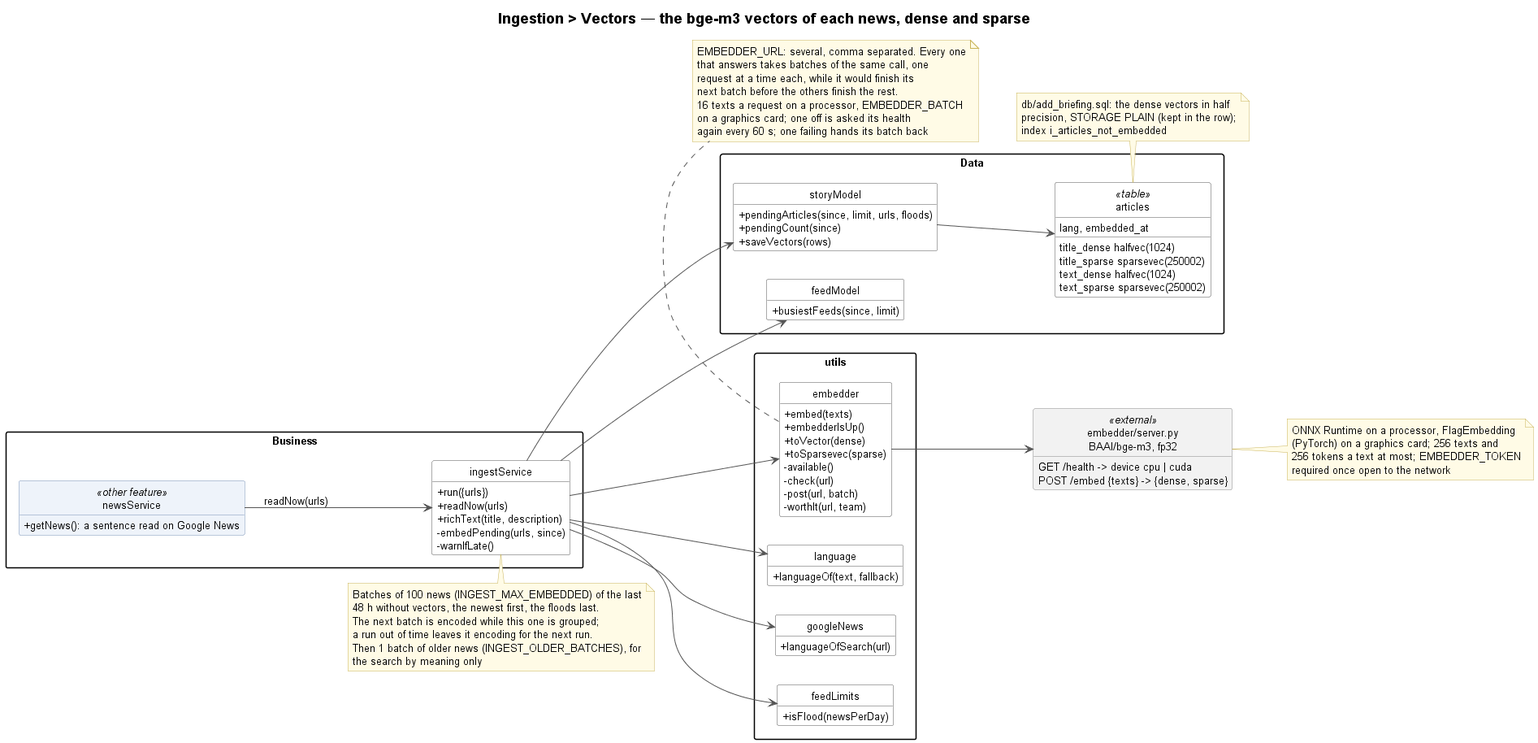
Before: docs/ingestion/vectors/ingestion-vectors-class.png, a diagram exported from PlantUML (TPI2026-NewsGenerator/NewsGenerator-Backend).
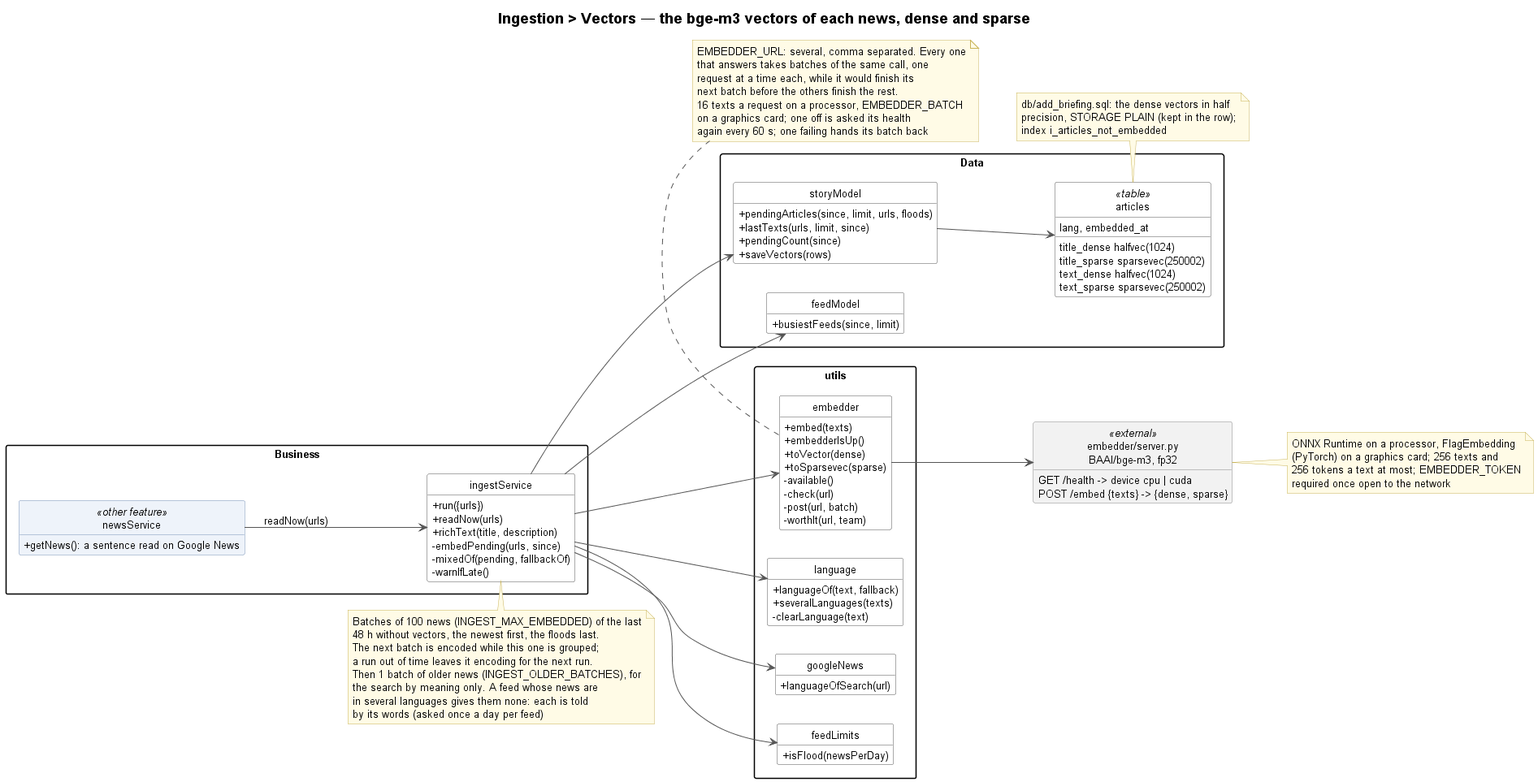
After the commit.

Commit message:
News of a feed in several languages told by their own words

Change to the diagram source:
```diff
@@ -9,6 +9,7 @@
         + readNow(urls)
         + richText(title, description)
         - embedPending(urls, since)
+        - mixedOf(pending, fallbackOf)
         - warnIfLate()
     }
     class newsService <<other feature>> {
@@ -21,7 +22,9 @@
     The next batch is encoded while this one is grouped;
     a run out of time leaves it encoding for the next run.
     Then 1 batch of older news (INGEST_OLDER_BATCHES), for
-    the search by meaning only
+    the search by meaning only. A feed whose news are
+    in several languages gives them none: each is told
+    by its words (asked once a day per feed)
 end note
 
 package "utils" {
@@ -37,6 +40,8 @@
     }
     class language {
         + languageOf(text, fallback)
+        + severalLanguages(texts)
+        - clearLanguage(text)
     }
     class googleNews {
         + languageOfSearch(url)
@@ -58,6 +63,7 @@
 package "Data" {
     class storyModel {
         + pendingArticles(since, limit, urls, floods)
+        + lastTexts(urls, limit, since)
         + pendingCount(since)
         + saveVectors(rows)
     }
```
